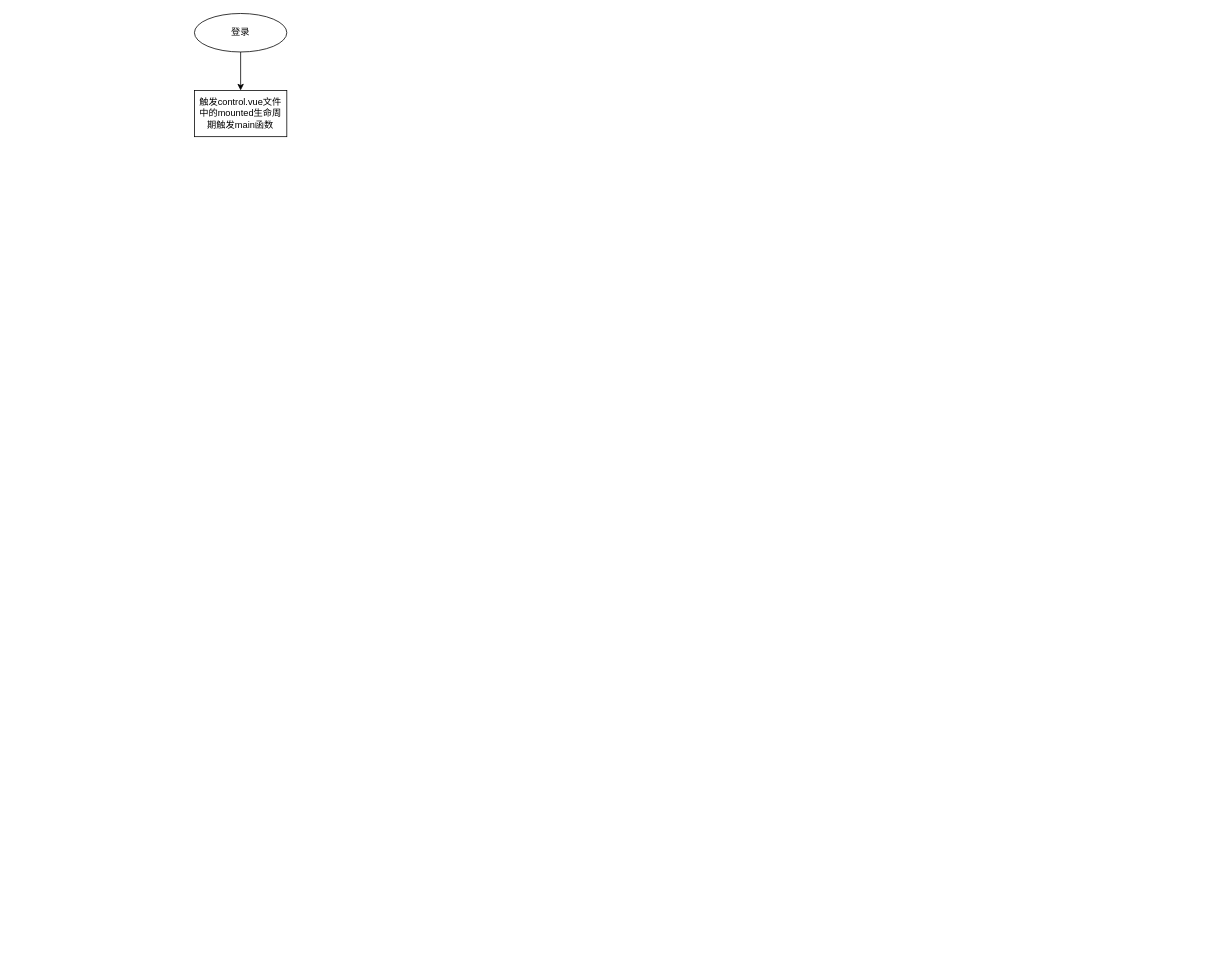
liuyifeng123321/arrayRemove keeps this draw.io diagram as 未命名绘图.drawio. Above is the earlier version. Source tidied: cells renumbered, new cells numbered last; positions are measured from the earlier drawing's top-left corner, leaving out a move shared by most shapes. Both pictures are drawn from the tidied source at 77%, with x=0, y=0 at pixel (194, 13).
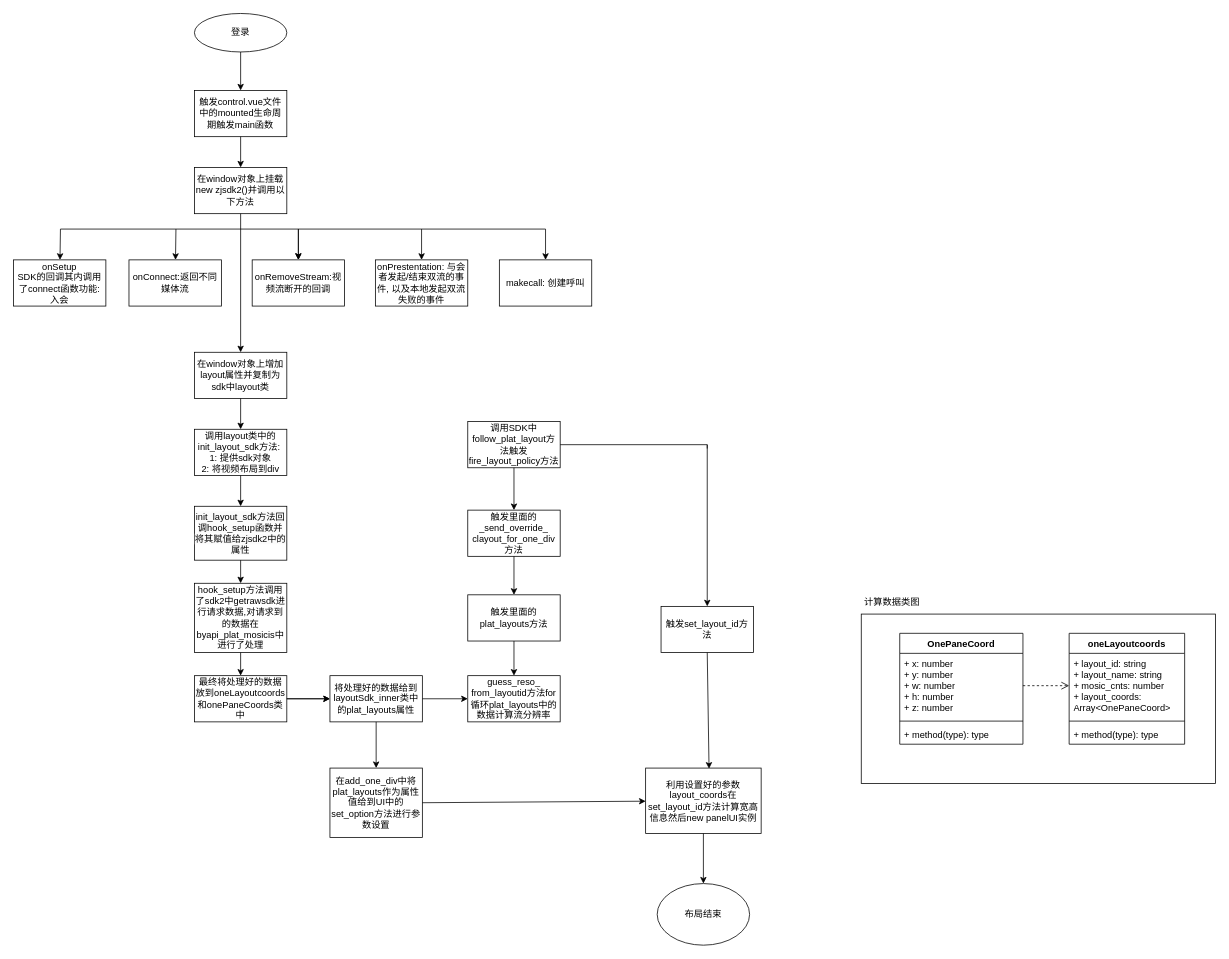
After the change.

Commit message:
更新未命名绘图.drawio

Unchanged cells that the change refers to:
```xml
<mxCell id="4" value="触发control.vue文件中的mounted生命周期触发main函数" style="rounded=0;whiteSpace=wrap;html=1;" parent="1" vertex="1">
  <mxGeometry y="100" width="120" height="60" as="geometry" />
</mxCell>
```

What changed in the source:
```diff
@@
+    <mxCell id="5" value="在window对象上挂载&lt;br&gt;new zjsdk2()并调用以下方法" style="rounded=0;whiteSpace=wrap;html=1;" parent="1" vertex="1">
+      <mxGeometry y="200" width="120" height="60" as="geometry" />
+    </mxCell>
+    <mxCell id="6" style="endArrow=classic;html=1;rounded=0;exitX=0.5;exitY=1;exitDx=0;exitDy=0;" parent="1" edge="1" source="4" target="5">
+      <mxGeometry relative="1" as="geometry" />
+    </mxCell>
+    <mxCell id="7" value="onSetup&lt;br&gt;SDK的回调其内调用了connect函数功能: 入会" style="rounded=0;whiteSpace=wrap;html=1;" parent="1" vertex="1">
+      <mxGeometry x="-235" y="320" width="120" height="60" as="geometry" />
+    </mxCell>
+    <mxCell id="8" value="onConnect:返回不同媒体流" style="rounded=0;whiteSpace=wrap;html=1;" parent="1" vertex="1">
+      <mxGeometry x="-85" y="320" width="120" height="60" as="geometry" />
+    </mxCell>
+    <mxCell id="9" value="onRemoveStream:视频流断开的回调" style="rounded=0;whiteSpace=wrap;html=1;" parent="1" vertex="1">
+      <mxGeometry x="75" y="320" width="120" height="60" as="geometry" />
+    </mxCell>
+    <mxCell id="10" value="onPrestentation:&amp;nbsp;与会者发起/结束双流的事件, 以及本地发起双流失败的事件" style="rounded=0;whiteSpace=wrap;html=1;" parent="1" vertex="1">
+      <mxGeometry x="235" y="320" width="120" height="60" as="geometry" />
+    </mxCell>
+    <mxCell id="11" style="endArrow=none;html=1;rounded=0;" parent="1" edge="1">
+      <mxGeometry relative="1" as="geometry">
+        <mxPoint x="-174" y="280" as="sourcePoint" />
+        <mxPoint x="456" y="280" as="targetPoint" />
+      </mxGeometry>
+    </mxCell>
+    <mxCell id="12" style="endArrow=none;html=1;rounded=0;entryX=0.5;entryY=1;entryDx=0;entryDy=0;" parent="1" edge="1" target="5">
+      <mxGeometry relative="1" as="geometry">
+        <mxPoint x="60" y="280" as="sourcePoint" />
+      </mxGeometry>
+    </mxCell>
+    <mxCell id="13" style="endArrow=classic;html=1;rounded=0;entryX=0.5;entryY=0;entryDx=0;entryDy=0;" parent="1" edge="1" target="9">
+      <mxGeometry relative="1" as="geometry">
+        <mxPoint x="135" y="280" as="sourcePoint" />
+      </mxGeometry>
+    </mxCell>
+    <mxCell id="14" style="endArrow=classic;html=1;rounded=0;entryX=0.5;entryY=0;entryDx=0;entryDy=0;" parent="1" edge="1" target="9">
+      <mxGeometry relative="1" as="geometry">
+        <mxPoint x="135" y="280" as="sourcePoint" />
+      </mxGeometry>
+    </mxCell>
+    <mxCell id="15" style="endArrow=classic;html=1;rounded=0;entryX=0.5;entryY=0;entryDx=0;entryDy=0;" parent="1" edge="1" target="10">
+      <mxGeometry relative="1" as="geometry">
+        <mxPoint x="295" y="280" as="sourcePoint" />
+      </mxGeometry>
+    </mxCell>
+    <mxCell id="16" style="endArrow=classic;html=1;rounded=0;" parent="1" edge="1" target="8">
+      <mxGeometry relative="1" as="geometry">
+        <mxPoint x="-24" y="280" as="sourcePoint" />
+      </mxGeometry>
+    </mxCell>
+    <mxCell id="17" style="endArrow=classic;html=1;rounded=0;" parent="1" edge="1" target="7">
+      <mxGeometry relative="1" as="geometry">
+        <mxPoint x="-174" y="280" as="sourcePoint" />
+      </mxGeometry>
+    </mxCell>
+    <mxCell id="18" value="在window对象上增加layout属性并复制为sdk中layout类" style="rounded=0;whiteSpace=wrap;html=1;" parent="1" vertex="1">
+      <mxGeometry y="440" width="120" height="60" as="geometry" />
+    </mxCell>
+    <mxCell id="19" style="endArrow=classic;html=1;rounded=0;entryX=0.5;entryY=0;entryDx=0;entryDy=0;" parent="1" edge="1">
+      <mxGeometry relative="1" as="geometry">
+        <mxPoint x="60" y="280" as="sourcePoint" />
+        <mxPoint x="60" y="440" as="targetPoint" />
+      </mxGeometry>
+    </mxCell>
+    <mxCell id="20" value="makecall: 创建呼叫" style="rounded=0;whiteSpace=wrap;html=1;" parent="1" vertex="1">
+      <mxGeometry x="396" y="320" width="120" height="60" as="geometry" />
+    </mxCell>
+    <mxCell id="21" style="endArrow=classic;html=1;rounded=0;" parent="1" edge="1" target="20">
+      <mxGeometry relative="1" as="geometry">
+        <mxPoint x="456" y="280" as="sourcePoint" />
+      </mxGeometry>
+    </mxCell>
+    <mxCell id="22" value="调用layout类中的init_layout_sdk方法:&amp;nbsp;&lt;br&gt;1: 提供sdk对象&lt;br&gt;2: 将视频布局到div" style="rounded=0;whiteSpace=wrap;html=1;" parent="1" vertex="1">
+      <mxGeometry y="540" width="120" height="60" as="geometry" />
+    </mxCell>
+    <mxCell id="23" style="endArrow=classic;html=1;rounded=0;exitX=0.5;exitY=1;exitDx=0;exitDy=0;entryX=0.5;entryY=0;entryDx=0;entryDy=0;" parent="1" edge="1" source="18" target="22">
+      <mxGeometry relative="1" as="geometry" />
+    </mxCell>
+    <mxCell id="24" style="endArrow=classic;html=1;rounded=0;exitX=0.5;exitY=1;exitDx=0;exitDy=0;" parent="1" edge="1" source="22">
+      <mxGeometry relative="1" as="geometry">
+        <mxPoint x="60" y="640" as="targetPoint" />
+      </mxGeometry>
+    </mxCell>
+    <mxCell id="25" value="&lt;span style=&quot;color: rgb(0, 0, 0); font-family: Helvetica; font-size: 12px; font-style: normal; font-variant-ligatures: normal; font-variant-caps: normal; font-weight: 400; letter-spacing: normal; orphans: 2; text-align: center; text-indent: 0px; text-transform: none; widows: 2; word-spacing: 0px; -webkit-text-stroke-width: 0px; background-color: rgb(251, 251, 251); text-decoration-thickness: initial; text-decoration-style: initial; text-decoration-color: initial; float: none; display: inline !important;&quot;&gt;init_layout_sdk方法回调hook_setup函数并将其赋值给zjsdk2中的属性&lt;/span&gt;" style="rounded=0;whiteSpace=wrap;html=1;" parent="1" vertex="1">
+      <mxGeometry y="640" width="120" height="70" as="geometry" />
+    </mxCell>
+    <mxCell id="26" style="endArrow=classic;html=1;rounded=0;exitX=0.5;exitY=1;exitDx=0;exitDy=0;entryX=0.5;entryY=0;entryDx=0;entryDy=0;" parent="1" edge="1" source="25" target="27">
+      <mxGeometry relative="1" as="geometry" />
+    </mxCell>
+    <mxCell id="27" value="hook_setup方法调用了sdk2中getrawsdk进行请求数据,对请求到的数据在byapi_plat_mosicis中进行了处理" style="rounded=0;whiteSpace=wrap;html=1;" parent="1" vertex="1">
+      <mxGeometry y="740" width="120" height="90" as="geometry" />
+    </mxCell>
+    <mxCell id="28" value="最终将处理好的数据放到oneLayoutcoords和onePaneCoords类中" style="rounded=0;whiteSpace=wrap;html=1;" parent="1" vertex="1">
+      <mxGeometry y="860" width="120" height="60" as="geometry" />
+    </mxCell>
+    <mxCell id="29" style="endArrow=classic;html=1;rounded=0;exitX=0.5;exitY=1;exitDx=0;exitDy=0;entryX=0.5;entryY=0;entryDx=0;entryDy=0;" parent="1" edge="1" source="27" target="28">
+      <mxGeometry relative="1" as="geometry" />
+    </mxCell>
+    <mxCell id="30" style="endArrow=classic;html=1;rounded=0;exitX=1;exitY=0.5;exitDx=0;exitDy=0;" parent="1" edge="1" source="28">
+      <mxGeometry relative="1" as="geometry">
+        <mxPoint x="176" y="890" as="targetPoint" />
+      </mxGeometry>
+    </mxCell>
+    <mxCell id="31" value="将处理好的数据给到layoutSdk_inner类中的plat_layouts属性" style="rounded=0;whiteSpace=wrap;html=1;" parent="1" vertex="1">
+      <mxGeometry x="176" y="860" width="120" height="60" as="geometry" />
+    </mxCell>
+    <mxCell id="32" value="调用SDK中follow_plat_layout方法触发fire_layout_policy方法" style="rounded=0;whiteSpace=wrap;html=1;" parent="1" vertex="1">
+      <mxGeometry x="355" y="530" width="120" height="60" as="geometry" />
+    </mxCell>
+    <mxCell id="33" value="触发里面的_send_override_&lt;br&gt;clayout_for_one_div方法" style="rounded=0;whiteSpace=wrap;html=1;" parent="1" vertex="1">
+      <mxGeometry x="355" y="645" width="120" height="60" as="geometry" />
+    </mxCell>
+    <mxCell id="34" value="触发里面的plat_layouts方法" style="rounded=0;whiteSpace=wrap;html=1;" parent="1" vertex="1">
+      <mxGeometry x="355" y="755" width="120" height="60" as="geometry" />
+    </mxCell>
+    <mxCell id="35" value="guess_reso_&lt;br&gt;from_layoutid方法for循环plat_layouts中的数据计算流分辨率" style="rounded=0;whiteSpace=wrap;html=1;" parent="1" vertex="1">
+      <mxGeometry x="355" y="860" width="120" height="60" as="geometry" />
+    </mxCell>
+    <mxCell id="36" style="endArrow=classic;html=1;rounded=0;exitX=1;exitY=0.5;exitDx=0;exitDy=0;" parent="1" edge="1" source="28">
+      <mxGeometry relative="1" as="geometry">
+        <mxPoint x="176" y="890" as="targetPoint" />
+        <Array as="points">
+          <mxPoint x="176" y="890" />
+        </Array>
+      </mxGeometry>
+    </mxCell>
+    <mxCell id="37" style="endArrow=classic;html=1;rounded=0;exitX=1;exitY=0.5;exitDx=0;exitDy=0;" parent="1" edge="1" source="31" target="35">
+      <mxGeometry relative="1" as="geometry" />
+    </mxCell>
+    <mxCell id="38" style="endArrow=classic;html=1;rounded=0;exitX=0.5;exitY=1;exitDx=0;exitDy=0;" parent="1" edge="1" source="32" target="33">
+      <mxGeometry relative="1" as="geometry" />
+    </mxCell>
+    <mxCell id="39" style="endArrow=classic;html=1;rounded=0;exitX=0.5;exitY=1;exitDx=0;exitDy=0;entryX=0.5;entryY=0;entryDx=0;entryDy=0;" parent="1" edge="1" source="33" target="34">
+      <mxGeometry relative="1" as="geometry" />
+    </mxCell>
+    <mxCell id="40" style="endArrow=classic;html=1;rounded=0;exitX=0.5;exitY=1;exitDx=0;exitDy=0;entryX=0.5;entryY=0;entryDx=0;entryDy=0;" parent="1" edge="1" source="34" target="35">
+      <mxGeometry relative="1" as="geometry" />
+    </mxCell>
+    <mxCell id="41" style="rounded=0;whiteSpace=wrap;html=1;" parent="1" vertex="1">
+      <mxGeometry x="866" y="780" width="460" height="220" as="geometry" />
+    </mxCell>
+    <mxCell id="42" value="OnePaneCoord" style="swimlane;fontStyle=1;align=center;verticalAlign=top;horizontal=1;startSize=26;whiteSpace=wrap;html=1;" parent="1" vertex="1">
+      <mxGeometry x="916" y="805" width="160" height="144" as="geometry" />
+    </mxCell>
+    <mxCell id="43" value="+ x: number&lt;br&gt;+ y: number&lt;br&gt;+ w: number&lt;br&gt;+ h: number&lt;br&gt;+ z: number" style="text;strokeColor=none;fillColor=none;align=left;verticalAlign=top;spacingLeft=4;spacingRight=4;overflow=hidden;points=[[0,0.5],[1,0.5]];portConstraint=eastwest;whiteSpace=wrap;html=1;" parent="42" vertex="1">
+      <mxGeometry y="26" width="160" height="84" as="geometry" />
+    </mxCell>
+    <mxCell id="44" style="line;strokeWidth=1;fillColor=none;align=left;verticalAlign=middle;spacingTop=-1;spacingLeft=3;spacingRight=3;labelPosition=right;strokeColor=inherit;" parent="42" vertex="1">
+      <mxGeometry y="110" width="160" height="8" as="geometry" />
+    </mxCell>
+    <mxCell id="45" value="+ method(type): type" style="text;strokeColor=none;fillColor=none;align=left;verticalAlign=top;spacingLeft=4;spacingRight=4;overflow=hidden;whiteSpace=wrap;html=1;" parent="42" vertex="1">
+      <mxGeometry y="118" width="160" height="26" as="geometry" />
+    </mxCell>
+    <mxCell id="46" value="oneLayoutcoords" style="swimlane;fontStyle=1;align=center;verticalAlign=top;horizontal=1;startSize=26;whiteSpace=wrap;html=1;" parent="1" vertex="1">
+      <mxGeometry x="1136" y="805" width="150" height="144" as="geometry" />
+    </mxCell>
+    <mxCell id="47" value="+ layout_id: string&lt;br&gt;+ layout_name: string&lt;br&gt;+ mosic_cnts: number&lt;br&gt;+ layout_coords: Array&amp;lt;OnePaneCoord&amp;gt;" style="text;strokeColor=none;fillColor=none;align=left;verticalAlign=top;spacingLeft=4;spacingRight=4;overflow=hidden;points=[[0,0.5],[1,0.5]];portConstraint=eastwest;whiteSpace=wrap;html=1;" parent="46" vertex="1">
+      <mxGeometry y="26" width="150" height="84" as="geometry" />
+    </mxCell>
+    <mxCell id="48" style="line;strokeWidth=1;fillColor=none;align=left;verticalAlign=middle;spacingTop=-1;spacingLeft=3;spacingRight=3;labelPosition=right;strokeColor=inherit;" parent="46" vertex="1">
+      <mxGeometry y="110" width="150" height="8" as="geometry" />
+    </mxCell>
+    <mxCell id="49" value="+ method(type): type" style="text;strokeColor=none;fillColor=none;align=left;verticalAlign=top;spacingLeft=4;spacingRight=4;overflow=hidden;whiteSpace=wrap;html=1;" parent="46" vertex="1">
+      <mxGeometry y="118" width="150" height="26" as="geometry" />
+    </mxCell>
+    <mxCell id="50" style="html=1;verticalAlign=bottom;endArrow=open;dashed=1;endSize=8;edgeStyle=elbowEdgeStyle;elbow=vertical;curved=0;rounded=0;entryX=0;entryY=0.5;entryDx=0;entryDy=0;exitX=1;exitY=0.5;exitDx=0;exitDy=0;" parent="1" edge="1" source="43" target="47">
+      <mxGeometry relative="1" as="geometry" />
+    </mxCell>
+    <mxCell id="51" value="计算数据类图" style="text;html=1;strokeColor=none;fillColor=none;align=center;verticalAlign=middle;whiteSpace=wrap;rounded=0;" parent="1" vertex="1">
+      <mxGeometry x="866" y="750" width="80" height="30" as="geometry" />
+    </mxCell>
+    <mxCell id="52" value="在add_one_div中将plat_layouts作为属性值给到UI中的set_option方法进行参数设置" style="rounded=0;whiteSpace=wrap;html=1;" parent="1" vertex="1">
+      <mxGeometry x="176" y="980" width="120" height="90" as="geometry" />
+    </mxCell>
+    <mxCell id="53" style="endArrow=classic;html=1;rounded=0;exitX=0.5;exitY=1;exitDx=0;exitDy=0;" parent="1" edge="1" source="31" target="52">
+      <mxGeometry relative="1" as="geometry" />
+    </mxCell>
+    <mxCell id="54" value="触发set_layout_id方法" style="rounded=0;whiteSpace=wrap;html=1;" parent="1" vertex="1">
+      <mxGeometry x="606" y="770" width="120" height="60" as="geometry" />
+    </mxCell>
+    <mxCell id="55" value="利用设置好的参数layout_coords在set_layout_id方法计算宽高信息然后new panelUI实例" style="rounded=0;whiteSpace=wrap;html=1;" parent="1" vertex="1">
+      <mxGeometry x="586" y="980" width="150" height="85" as="geometry" />
+    </mxCell>
+    <mxCell id="56" style="endArrow=none;html=1;rounded=0;exitX=1;exitY=0.5;exitDx=0;exitDy=0;" parent="1" edge="1" source="32">
+      <mxGeometry relative="1" as="geometry">
+        <mxPoint x="666" y="565" as="targetPoint" />
+        <Array as="points">
+          <mxPoint x="666" y="560" />
+        </Array>
+      </mxGeometry>
+    </mxCell>
+    <mxCell id="57" style="endArrow=classic;html=1;rounded=0;entryX=0.5;entryY=0;entryDx=0;entryDy=0;" parent="1" edge="1" target="54">
+      <mxGeometry relative="1" as="geometry">
+        <mxPoint x="666" y="560" as="sourcePoint" />
+      </mxGeometry>
+    </mxCell>
+    <mxCell id="58" style="endArrow=classic;html=1;rounded=0;exitX=0.5;exitY=1;exitDx=0;exitDy=0;entryX=0.549;entryY=0.01;entryDx=0;entryDy=0;entryPerimeter=0;" parent="1" edge="1" source="54" target="55">
+      <mxGeometry relative="1" as="geometry" />
+    </mxCell>
+    <mxCell id="59" style="endArrow=classic;html=1;rounded=0;exitX=1;exitY=0.5;exitDx=0;exitDy=0;" parent="1" edge="1" source="52" target="55">
+      <mxGeometry relative="1" as="geometry" />
+    </mxCell>
+    <mxCell id="60" value="布局结束" style="ellipse;whiteSpace=wrap;html=1;" parent="1" vertex="1">
+      <mxGeometry x="601" y="1130" width="120" height="80" as="geometry" />
+    </mxCell>
+    <mxCell id="61" style="endArrow=classic;html=1;rounded=0;exitX=0.5;exitY=1;exitDx=0;exitDy=0;entryX=0.5;entryY=0;entryDx=0;entryDy=0;" parent="1" edge="1" source="55" target="60">
+      <mxGeometry relative="1" as="geometry" />
+    </mxCell>
```
